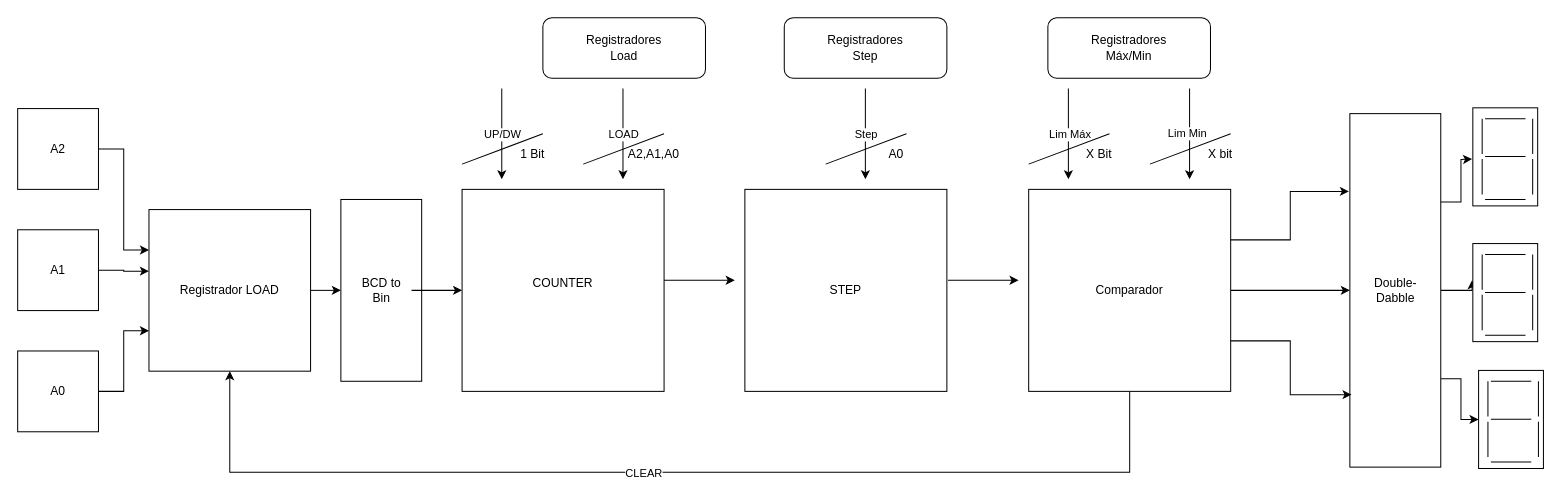
Earlier version of the draw.io diagram Diagrama sem nome.drawio (AndreiR41/Program-o-Avan-ada-UFRN). Source tidied: cells renumbered, new cells numbered last; positions are measured from the earlier drawing's top-left corner, leaving out a move shared by most shapes. Both pictures are drawn from the tidied source at 101%, with x=0, y=0 at pixel (17, 17).
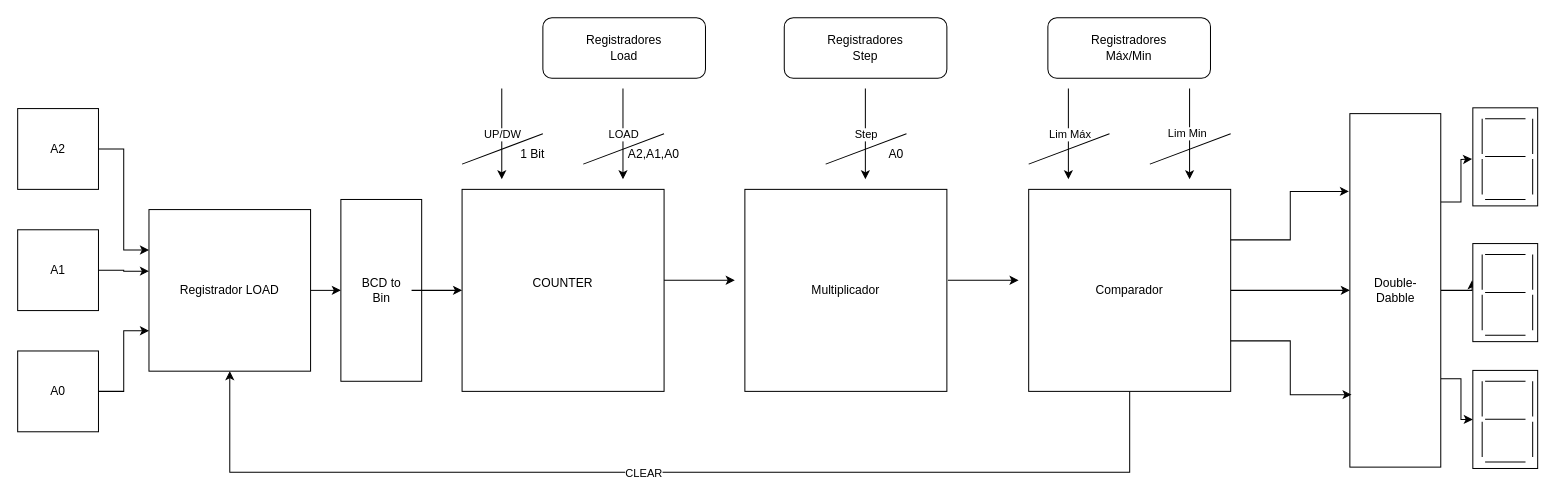
Above is the later version.

Change to the diagram source:
```diff
@@
-    <mxCell id="8" value="STEP" style="whiteSpace=wrap;html=1;" parent="1" vertex="1">
+    <mxCell id="8" value="Multiplicador" style="whiteSpace=wrap;html=1;" parent="1" vertex="1">
       <mxGeometry x="720" y="170" width="200" height="200" as="geometry" />
     </mxCell>
@@
-    <mxCell id="30" value="X Bit" style="text;html=1;align=center;verticalAlign=middle;whiteSpace=wrap;rounded=0;" parent="1" vertex="1">
-      <mxGeometry x="1041" y="120" width="60" height="30" as="geometry" />
-    </mxCell>
@@
-    <mxCell id="34" value="X bit" style="text;html=1;align=center;verticalAlign=middle;whiteSpace=wrap;rounded=0;" parent="1" vertex="1">
-      <mxGeometry x="1161" y="120" width="60" height="30" as="geometry" />
-    </mxCell>
@@
     <mxCell id="65" style="rounded=0;whiteSpace=wrap;html=1;rotation=90;" parent="1" vertex="1">
-      <mxGeometry x="1430" y="365.7" width="97.1" height="64.2" as="geometry" />
+      <mxGeometry x="1424.3" y="365.7" width="97.1" height="64.2" as="geometry" />
     </mxCell>
     <mxCell id="66" style="endArrow=none;html=1;rounded=0;" parent="1" edge="1">
       <mxGeometry relative="1" as="geometry">
-        <mxPoint x="1458.6" y="360" as="sourcePoint" />
-        <mxPoint x="1498.6" y="360" as="targetPoint" />
+        <mxPoint x="1452.9" y="360" as="sourcePoint" />
+        <mxPoint x="1492.9" y="360" as="targetPoint" />
       </mxGeometry>
     </mxCell>
     <mxCell id="67" style="endArrow=none;html=1;rounded=0;" parent="1" edge="1">
       <mxGeometry relative="1" as="geometry">
-        <mxPoint x="1458.6" y="397.5" as="sourcePoint" />
-        <mxPoint x="1498.6" y="397.5" as="targetPoint" />
+        <mxPoint x="1452.9" y="397.5" as="sourcePoint" />
+        <mxPoint x="1492.9" y="397.5" as="targetPoint" />
       </mxGeometry>
     </mxCell>
     <mxCell id="68" style="endArrow=none;html=1;rounded=0;" parent="1" edge="1">
       <mxGeometry relative="1" as="geometry">
-        <mxPoint x="1458.6" y="440" as="sourcePoint" />
-        <mxPoint x="1498.6" y="440" as="targetPoint" />
+        <mxPoint x="1452.9" y="440" as="sourcePoint" />
+        <mxPoint x="1492.9" y="440" as="targetPoint" />
       </mxGeometry>
     </mxCell>
     <mxCell id="69" style="endArrow=none;html=1;rounded=0;" parent="1" edge="1">
       <mxGeometry relative="1" as="geometry">
-        <mxPoint x="1505.7" y="395" as="sourcePoint" />
-        <mxPoint x="1505.7" y="360" as="targetPoint" />
+        <mxPoint x="1500" y="395" as="sourcePoint" />
+        <mxPoint x="1500" y="360" as="targetPoint" />
       </mxGeometry>
     </mxCell>
     <mxCell id="70" style="endArrow=none;html=1;rounded=0;" parent="1" edge="1">
       <mxGeometry relative="1" as="geometry">
-        <mxPoint x="1505.7" y="435" as="sourcePoint" />
-        <mxPoint x="1505.7" y="400" as="targetPoint" />
+        <mxPoint x="1500" y="435" as="sourcePoint" />
+        <mxPoint x="1500" y="400" as="targetPoint" />
       </mxGeometry>
     </mxCell>
     <mxCell id="71" style="endArrow=none;html=1;rounded=0;" parent="1" edge="1">
       <mxGeometry relative="1" as="geometry">
-        <mxPoint x="1455.7" y="435" as="sourcePoint" />
-        <mxPoint x="1455.7" y="400" as="targetPoint" />
+        <mxPoint x="1450" y="435" as="sourcePoint" />
+        <mxPoint x="1450" y="400" as="targetPoint" />
       </mxGeometry>
     </mxCell>
     <mxCell id="72" style="endArrow=none;html=1;rounded=0;" parent="1" edge="1">
       <mxGeometry relative="1" as="geometry">
-        <mxPoint x="1455.7" y="395" as="sourcePoint" />
-        <mxPoint x="1455.7" y="360" as="targetPoint" />
+        <mxPoint x="1450" y="395" as="sourcePoint" />
+        <mxPoint x="1450" y="360" as="targetPoint" />
       </mxGeometry>
     </mxCell>
```
